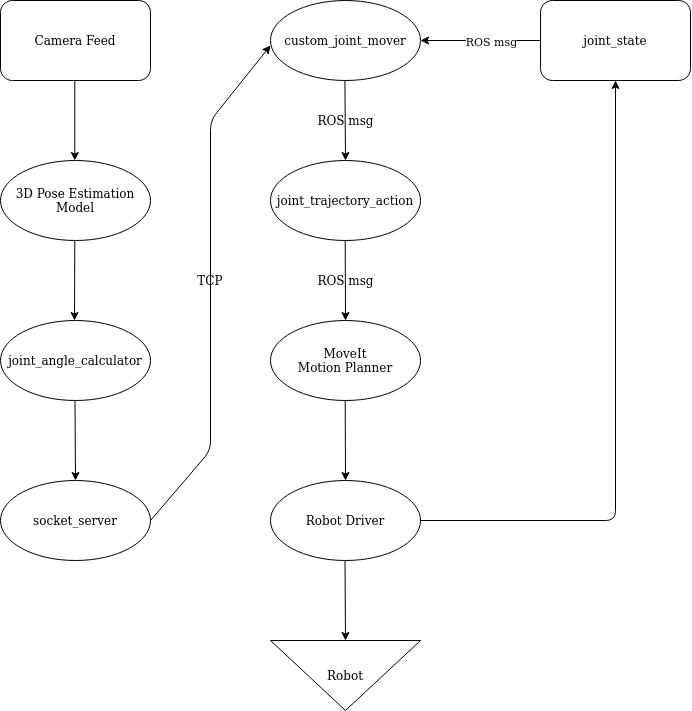
jasongedev/robot-teleop keeps this draw.io diagram as example_gifs/flowchart.png. Above is the earlier version. Source tidied: cells renumbered, new cells last; positions are measured from the earlier drawing's top-left corner, leaving out a move shared by most shapes. Source of this version:
```xml
<mxGraphModel>
  <root>
    <mxCell id="0" />
    <mxCell id="1" parent="0" />
    <mxCell id="2" value="Camera Feed" style="rounded=1;whiteSpace=wrap;html=1;" parent="1" vertex="1">
      <mxGeometry width="150" height="80" as="geometry" />
    </mxCell>
    <mxCell id="3" value="3D Pose Estimation Model" style="ellipse;whiteSpace=wrap;html=1;" parent="1" vertex="1">
      <mxGeometry y="160" width="150" height="80" as="geometry" />
    </mxCell>
    <mxCell id="4" value="joint_angle_calculator" style="ellipse;whiteSpace=wrap;html=1;" parent="1" vertex="1">
      <mxGeometry y="320" width="150" height="80" as="geometry" />
    </mxCell>
    <mxCell id="5" value="&lt;div&gt;socket_server&lt;/div&gt;" style="ellipse;whiteSpace=wrap;html=1;" parent="1" vertex="1">
      <mxGeometry y="480" width="150" height="80" as="geometry" />
    </mxCell>
    <mxCell id="6" value="joint_state" style="rounded=1;whiteSpace=wrap;html=1;" parent="1" vertex="1">
      <mxGeometry x="540" width="150" height="80" as="geometry" />
    </mxCell>
    <mxCell id="7" value="&lt;div&gt;custom_joint_mover&lt;/div&gt;" style="ellipse;whiteSpace=wrap;html=1;" parent="1" vertex="1">
      <mxGeometry x="270" width="150" height="80" as="geometry" />
    </mxCell>
    <mxCell id="8" value="Robot" style="triangle;whiteSpace=wrap;html=1;direction=south;" parent="1" vertex="1">
      <mxGeometry x="270" y="640" width="150" height="70" as="geometry" />
    </mxCell>
    <mxCell id="9" value="&lt;div&gt;joint_trajectory_action&lt;/div&gt;" style="ellipse;whiteSpace=wrap;html=1;" parent="1" vertex="1">
      <mxGeometry x="270" y="160" width="150" height="80" as="geometry" />
    </mxCell>
    <mxCell id="10" style="endArrow=classic;html=1;" parent="1" edge="1">
      <mxGeometry relative="1" as="geometry">
        <mxPoint x="74.3" y="80" as="sourcePoint" />
        <mxPoint x="74.3" y="160" as="targetPoint" />
      </mxGeometry>
    </mxCell>
    <mxCell id="11" style="endArrow=classic;html=1;" parent="1" edge="1">
      <mxGeometry relative="1" as="geometry">
        <mxPoint x="74.3" y="240" as="sourcePoint" />
        <mxPoint x="74" y="320" as="targetPoint" />
      </mxGeometry>
    </mxCell>
    <mxCell id="12" style="endArrow=classic;html=1;" parent="1" edge="1">
      <mxGeometry relative="1" as="geometry">
        <mxPoint x="74.5" y="400" as="sourcePoint" />
        <mxPoint x="75" y="480" as="targetPoint" />
      </mxGeometry>
    </mxCell>
    <mxCell id="13" style="endArrow=classic;html=1;" parent="1" edge="1">
      <mxGeometry relative="1" as="geometry">
        <mxPoint x="150" y="520" as="sourcePoint" />
        <mxPoint x="270" y="45" as="targetPoint" />
        <Array as="points">
          <mxPoint x="210" y="450" />
          <mxPoint x="210" y="120" />
        </Array>
      </mxGeometry>
    </mxCell>
    <mxCell id="14" value="TCP" style="text;html=1;strokeColor=none;fillColor=none;align=center;verticalAlign=middle;whiteSpace=wrap;rounded=0;" parent="1" vertex="1">
      <mxGeometry x="190" y="270" width="40" height="20" as="geometry" />
    </mxCell>
    <mxCell id="15" value="Robot Driver" style="ellipse;whiteSpace=wrap;html=1;" parent="1" vertex="1">
      <mxGeometry x="270" y="480" width="150" height="80" as="geometry" />
    </mxCell>
    <mxCell id="16" style="endArrow=classic;html=1;entryX=0.5;entryY=1;entryDx=0;entryDy=0;exitX=1;exitY=0.5;exitDx=0;exitDy=0;" parent="1" edge="1" source="15" target="6">
      <mxGeometry relative="1" as="geometry">
        <Array as="points">
          <mxPoint x="615" y="520" />
        </Array>
      </mxGeometry>
    </mxCell>
    <mxCell id="17" style="endArrow=classic;html=1;" parent="1" edge="1">
      <mxGeometry relative="1" as="geometry">
        <mxPoint x="540" y="40" as="sourcePoint" />
        <mxPoint x="420" y="40" as="targetPoint" />
      </mxGeometry>
    </mxCell>
    <mxCell id="18" value="ROS msg" style="edgeLabel;html=1;align=center;verticalAlign=middle;" parent="17" vertex="1">
      <mxGeometry x="-0.25" y="5" relative="1" as="geometry">
        <mxPoint x="-5.2" y="-5" as="offset" />
      </mxGeometry>
    </mxCell>
    <mxCell id="19" style="endArrow=classic;html=1;entryX=0.5;entryY=0;entryDx=0;entryDy=0;" parent="1" edge="1" target="9">
      <mxGeometry relative="1" as="geometry">
        <mxPoint x="344.4" y="80" as="sourcePoint" />
      </mxGeometry>
    </mxCell>
    <mxCell id="20" style="endArrow=classic;html=1;" parent="1" edge="1">
      <mxGeometry relative="1" as="geometry">
        <mxPoint x="344.7" y="240" as="sourcePoint" />
        <mxPoint x="345" y="320" as="targetPoint" />
      </mxGeometry>
    </mxCell>
    <mxCell id="21" value="&lt;div&gt;MoveIt&lt;/div&gt;&lt;div&gt;Motion Planner&lt;br&gt;&lt;/div&gt;" style="ellipse;whiteSpace=wrap;html=1;" parent="1" vertex="1">
      <mxGeometry x="270" y="320" width="150" height="80" as="geometry" />
    </mxCell>
    <mxCell id="22" style="endArrow=classic;html=1;entryX=0.5;entryY=0;entryDx=0;entryDy=0;" parent="1" edge="1" target="15">
      <mxGeometry relative="1" as="geometry">
        <mxPoint x="344.7" y="400" as="sourcePoint" />
      </mxGeometry>
    </mxCell>
    <mxCell id="23" style="endArrow=classic;html=1;" parent="1" edge="1">
      <mxGeometry relative="1" as="geometry">
        <mxPoint x="344.5" y="560" as="sourcePoint" />
        <mxPoint x="345" y="640" as="targetPoint" />
      </mxGeometry>
    </mxCell>
    <mxCell id="24" value="ROS msg" style="text;html=1;strokeColor=none;fillColor=none;align=center;verticalAlign=middle;whiteSpace=wrap;rounded=0;" parent="1" vertex="1">
      <mxGeometry x="312.5" y="270" width="65" height="20" as="geometry" />
    </mxCell>
    <mxCell id="25" value="ROS msg" style="text;html=1;strokeColor=none;fillColor=none;align=center;verticalAlign=middle;whiteSpace=wrap;rounded=0;" parent="1" vertex="1">
      <mxGeometry x="307.5" y="110" width="75" height="20" as="geometry" />
    </mxCell>
  </root>
</mxGraphModel>
```
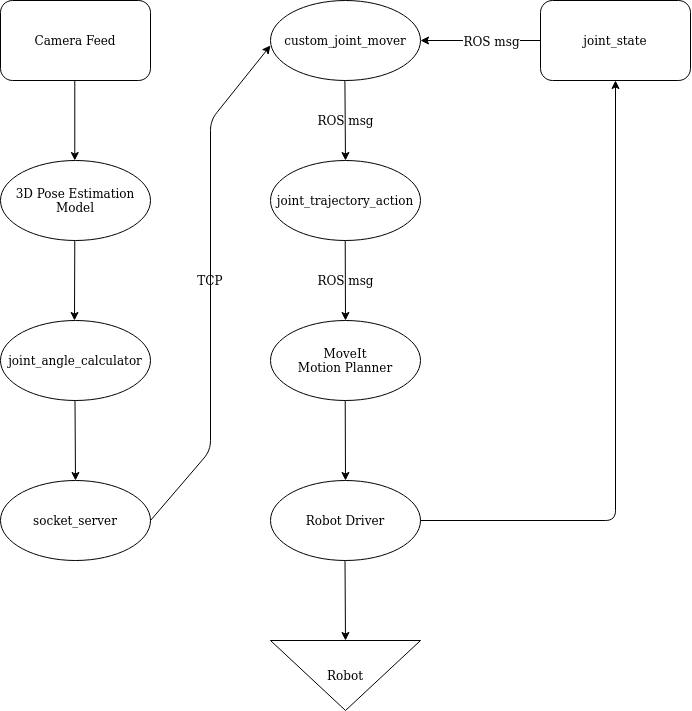
Later version of the same file.

Commit message:
fixed flowchart font

Diff of the diagram source:
```diff
@@ -73,7 +73,7 @@
         <mxPoint x="420" y="40" as="targetPoint" />
       </mxGeometry>
     </mxCell>
-    <mxCell id="18" value="ROS msg" style="edgeLabel;html=1;align=center;verticalAlign=middle;" parent="17" vertex="1">
+    <mxCell id="18" value="&lt;font style=&quot;font-size: 12px&quot;&gt;ROS msg&lt;/font&gt;" style="edgeLabel;html=1;align=center;verticalAlign=middle;" parent="17" vertex="1">
       <mxGeometry x="-0.25" y="5" relative="1" as="geometry">
         <mxPoint x="-5.2" y="-5" as="offset" />
       </mxGeometry>
```
